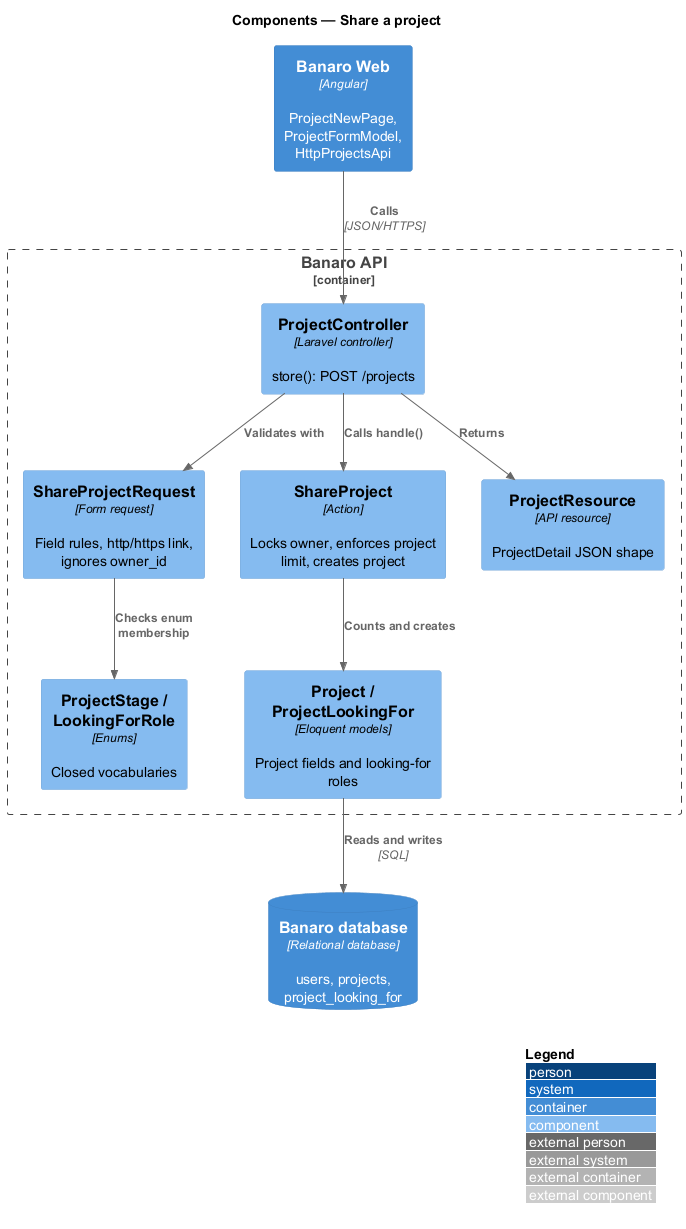
Before: docs/detailed-designs/projects/share-project/diagrams/c4-component.png, a diagram exported from PlantUML (QuinntyneBrown/banaro). The source it was exported from:
```plantuml
@startuml
!include <C4/C4_Component>
LAYOUT_WITH_LEGEND()
title Components — Share a project

Container(web, "Banaro Web", "Angular", "ProjectNewPage, ProjectFormModel, HttpProjectsApi")
ContainerDb(db, "Banaro database", "Relational database", "users, projects, project_looking_for")

Container_Boundary(api, "Banaro API") {
  Component(ctrl, "ProjectController", "Laravel controller", "store(): POST /projects")
  Component(req, "ShareProjectRequest", "Form request", "Field rules, http/https link, ignores owner_id")
  Component(action, "ShareProject", "Action", "Locks owner, enforces project limit, creates project")
  Component(models, "Project / ProjectLookingFor", "Eloquent models", "Project fields and looking-for roles")
  Component(enums, "ProjectStage / LookingForRole", "Enums", "Closed vocabularies")
  Component(resource, "ProjectResource", "API resource", "ProjectDetail JSON shape")
}

Rel(web, ctrl, "Calls", "JSON/HTTPS")
Rel(ctrl, req, "Validates with")
Rel(req, enums, "Checks enum membership")
Rel(ctrl, action, "Calls handle()")
Rel(ctrl, resource, "Returns")
Rel(action, models, "Counts and creates")
Rel(models, db, "Reads and writes", "SQL")
@enduml
```
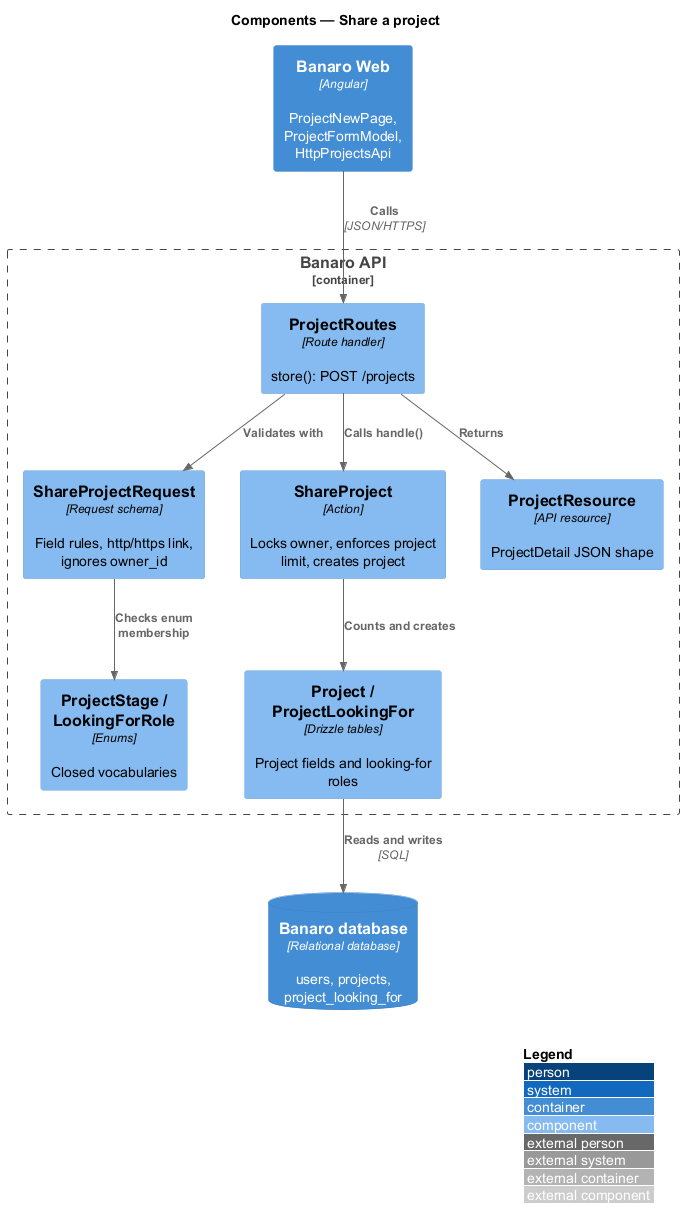
After the commit.

What changed in the source:
```diff
@@ -7,10 +7,10 @@
 ContainerDb(db, "Banaro database", "Relational database", "users, projects, project_looking_for")
 
 Container_Boundary(api, "Banaro API") {
-  Component(ctrl, "ProjectController", "Laravel controller", "store(): POST /projects")
-  Component(req, "ShareProjectRequest", "Form request", "Field rules, http/https link, ignores owner_id")
+  Component(ctrl, "ProjectRoutes", "Route handler", "store(): POST /projects")
+  Component(req, "ShareProjectRequest", "Request schema", "Field rules, http/https link, ignores owner_id")
   Component(action, "ShareProject", "Action", "Locks owner, enforces project limit, creates project")
-  Component(models, "Project / ProjectLookingFor", "Eloquent models", "Project fields and looking-for roles")
+  Component(models, "Project / ProjectLookingFor", "Drizzle tables", "Project fields and looking-for roles")
   Component(enums, "ProjectStage / LookingForRole", "Enums", "Closed vocabularies")
   Component(resource, "ProjectResource", "API resource", "ProjectDetail JSON shape")
 }
```
